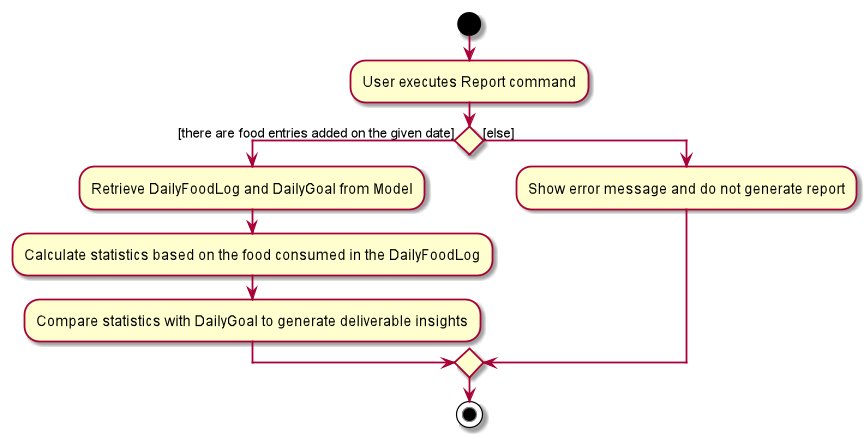
AY1920S2-CS2103T-F11-1/main keeps this PlantUML diagram as images/ReportActivityDiagram.png. Above is the earlier version.
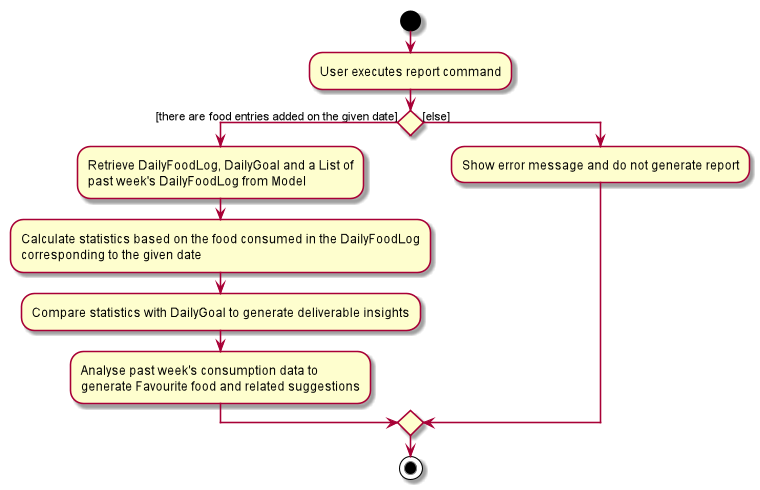
Later version of the same file.

Change to the diagram source:
```diff
@@ -1,11 +1,15 @@
 @startuml
 start
-:User executes Report command;
+:User executes report command;
 
 if () then ([there are food entries added on the given date])
-    :Retrieve DailyFoodLog and DailyGoal from Model;
-    :Calculate statistics based on the food consumed in the DailyFoodLog;
+    :Retrieve DailyFoodLog, DailyGoal and a List of
+    past week's DailyFoodLog from Model;
+    :Calculate statistics based on the food consumed in the DailyFoodLog
+    corresponding to the given date;
     :Compare statistics with DailyGoal to generate deliverable insights;
+    :Analyse past week's consumption data to
+    generate Favourite food and related suggestions;
 else ([else])
     :Show error message and do not generate report;
 endif
```
